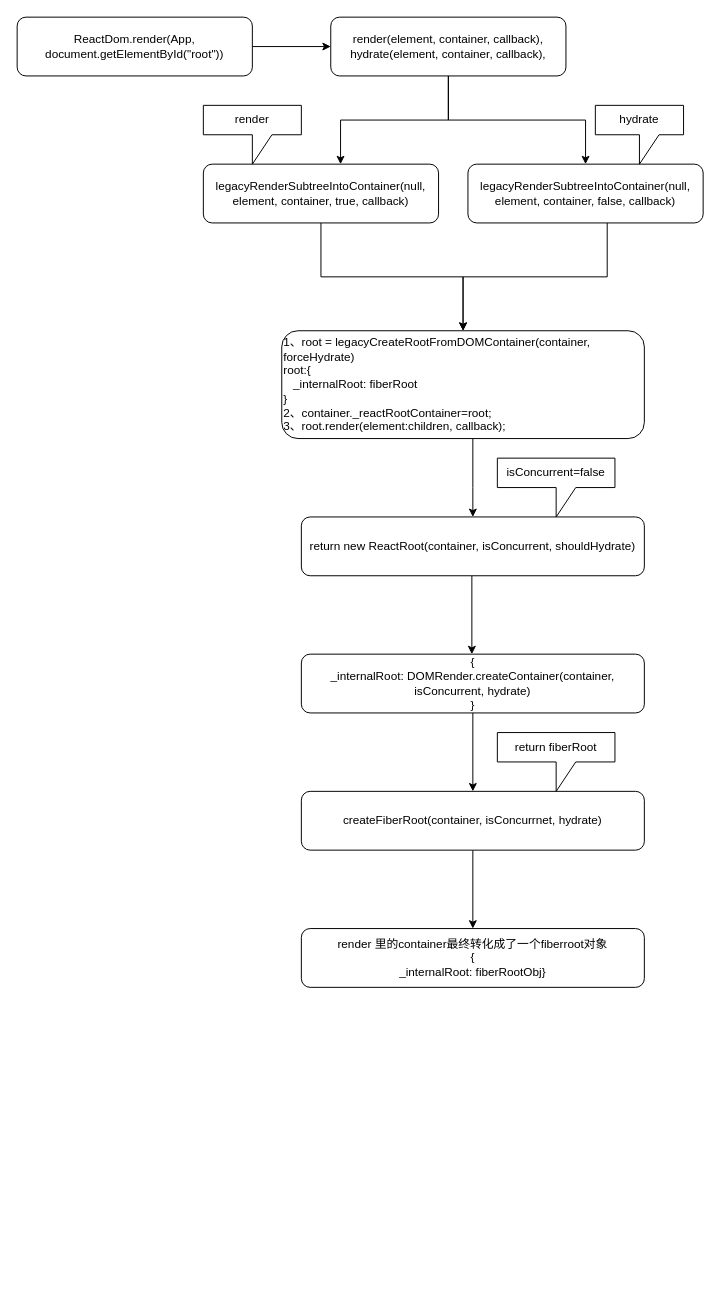
The draw.io diagram react-render-fiberRoot.drawio in Windseek/react-source, before the edit. Source tidied: cells renumbered, new cells numbered last; positions are measured from the earlier drawing's top-left corner, leaving out a move shared by most shapes. Both pictures are drawn from the tidied source at 98%, with x=0, y=0 at pixel (17, 17).
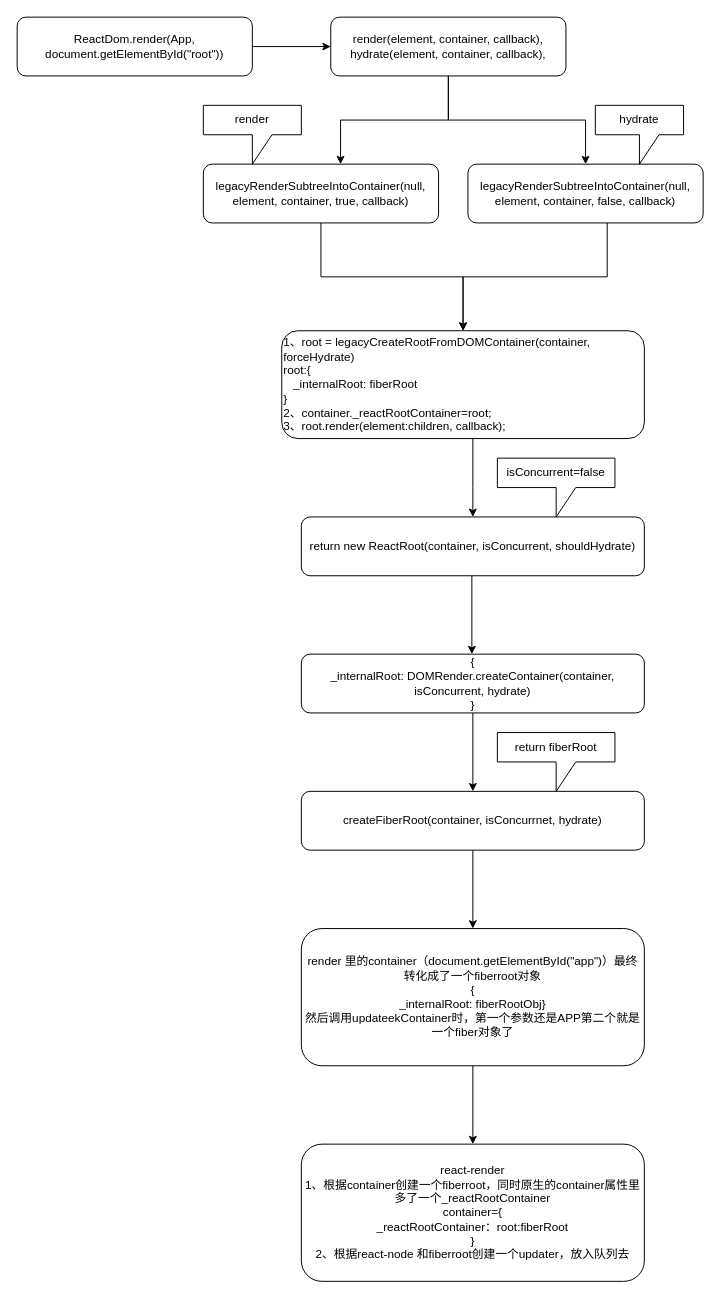
The same diagram, later.

Change to the diagram source:
```diff
@@
+    <mxCell id="24" style="edgeStyle=orthogonalEdgeStyle;rounded=0;jettySize=auto;html=1;" parent="1" edge="1" source="19" target="25">
+      <mxGeometry relative="1" as="geometry" />
+    </mxCell>
-    <mxCell id="19" value="render 里的container最终转化成了一个fiberroot对象&lt;br&gt;{&lt;br&gt;_internalRoot: fiberRootObj}" style="rounded=1;whiteSpace=wrap;html=1;" parent="1" vertex="1">
-      <mxGeometry x="290" y="930" width="350" height="60" as="geometry" />
+    <mxCell id="19" value="render 里的container（document.getElementById(&quot;app&quot;)）最终转化成了一个fiberroot对象&lt;br&gt;{&lt;br&gt;_internalRoot: fiberRootObj}&lt;br&gt;然后调用updateekContainer时，第一个参数还是APP第二个就是一个fiber对象了" style="rounded=1;whiteSpace=wrap;html=1;" parent="1" vertex="1">
+      <mxGeometry x="290" y="930" width="350" height="140" as="geometry" />
     </mxCell>
+    <mxCell id="25" value="react-render&lt;br&gt;1、根据container创建一个fiberroot，同时原生的container属性里多了一个_reactRootContainer&lt;br&gt;container={&lt;br&gt;_reactRootContainer：root:fiberRoot&lt;br&gt;}&lt;br&gt;2、根据react-node 和fiberroot创建一个updater，放入队列去" style="rounded=1;whiteSpace=wrap;html=1;" parent="1" vertex="1">
+      <mxGeometry x="290" y="1150" width="350" height="140" as="geometry" />
+    </mxCell>
```
